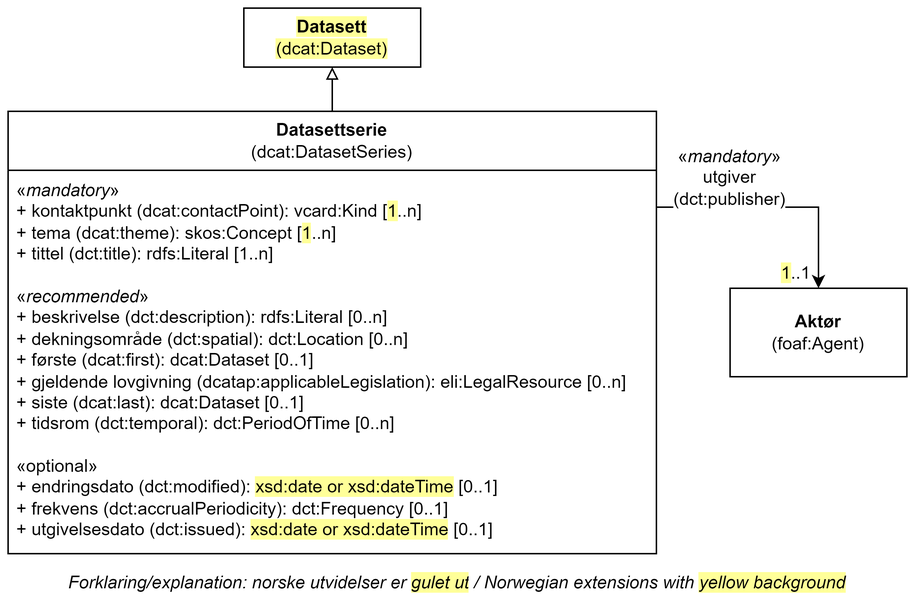
This is docs/images/Klassen-Datasettserie.png from Informasjonsforvaltning/dcat-ap-no, a draw.io export, as it was before one commit. Source tidied: cells renumbered, new cells last; positions are measured from the earlier drawing's top-left corner, leaving out a move shared by most shapes.
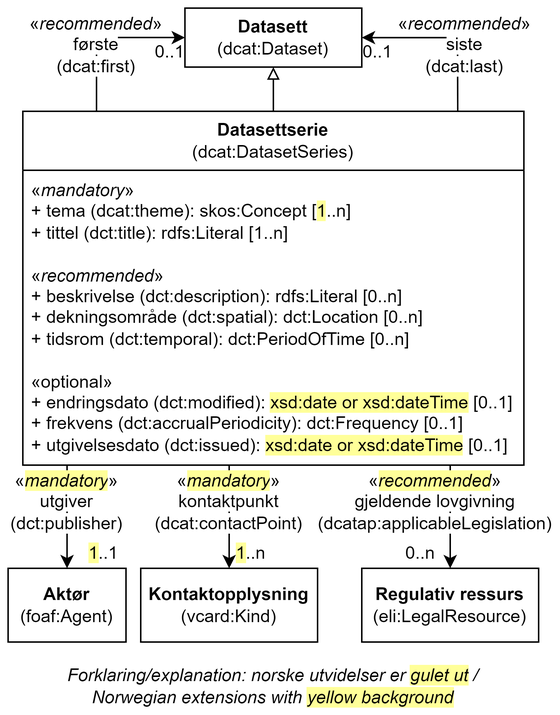
Above is the later version.

Commit message:
Oppdaterer Datasettserie

Change to the diagram source:
```diff
@@ -3,38 +3,88 @@
     <mxCell id="0" />
     <mxCell id="1" parent="0" />
     <mxCell id="2" value="Datasettserie&lt;br&gt;&lt;span style=&quot;font-weight: normal;&quot;&gt;(dcat:DatasetSeries)&lt;/span&gt;" style="swimlane;whiteSpace=wrap;html=1;startSize=40;" parent="1" vertex="1">
-      <mxGeometry y="70" width="440" height="300" as="geometry" />
+      <mxGeometry x="20" y="70" width="340" height="240" as="geometry" />
     </mxCell>
-    <mxCell id="3" value="«&lt;i&gt;mandatory&lt;/i&gt;»&lt;br&gt;+ kontaktpunkt (dcat:contactPoint): vcard:Kind [&lt;span style=&quot;background-color: rgb(255, 255, 153);&quot;&gt;1&lt;/span&gt;..n]&lt;br&gt;+ tema (dcat:theme): skos:Concept [&lt;span style=&quot;background-color: rgb(255, 255, 153);&quot;&gt;1&lt;/span&gt;..n]&lt;br&gt;+ tittel (dct:title): rdfs:Literal [1..n]&lt;br&gt;&lt;br&gt;&lt;div&gt;«&lt;i&gt;recommended&lt;/i&gt;»&lt;/div&gt;&lt;div&gt;+ beskrivelse (dct:description): rdfs:Literal [0..n]&lt;/div&gt;&lt;div&gt;+ dekningsområde (dct:spatial): dct:Location [0..n]&lt;/div&gt;&lt;div&gt;+ første (dcat:first): dcat:Dataset [0..1]&lt;/div&gt;&lt;div&gt;+ gjeldende lovgivning (dcatap:applicableLegislation): eli:LegalResource [0..n]&lt;/div&gt;&lt;div&gt;+ siste (dcat:last): dcat:Dataset [0..1]&lt;/div&gt;&lt;div&gt;+ tidsrom (dct:temporal): dct:PeriodOfTime [0..n]&lt;/div&gt;&lt;div&gt;&lt;br&gt;&lt;/div&gt;&lt;div&gt;&lt;div&gt;«optional»&lt;/div&gt;&lt;div&gt;+ endringsdato (dct:modified): &lt;span style=&quot;background-color: rgb(255, 255, 153);&quot;&gt;xsd:date or xsd:dateTime&lt;/span&gt; [0..1]&lt;/div&gt;&lt;div&gt;+ frekvens (dct:accrualPeriodicity): dct:Frequency [0..1]&lt;/div&gt;&lt;div&gt;+ utgivelsesdato (dct:issued): &lt;span style=&quot;background-color: rgb(255, 255, 153);&quot;&gt;xsd:date or xsd:dateTime&lt;/span&gt; [0..1]&lt;/div&gt;&lt;/div&gt;" style="text;strokeColor=none;fillColor=none;align=left;verticalAlign=top;spacingLeft=4;spacingRight=4;overflow=hidden;whiteSpace=wrap;html=1;" parent="2" vertex="1">
-      <mxGeometry y="40" width="430" height="260" as="geometry" />
+    <mxCell id="3" value="«&lt;i&gt;mandatory&lt;/i&gt;»&lt;br&gt;+ tema (dcat:theme): skos:Concept [&lt;span style=&quot;background-color: rgb(255, 255, 153);&quot;&gt;1&lt;/span&gt;..n]&lt;br&gt;+ tittel (dct:title): rdfs:Literal [1..n]&lt;br&gt;&lt;br&gt;&lt;div&gt;«&lt;i&gt;recommended&lt;/i&gt;»&lt;/div&gt;&lt;div&gt;+ beskrivelse (dct:description): rdfs:Literal [0..n]&lt;/div&gt;&lt;div&gt;+ dekningsområde (dct:spatial): dct:Location [0..n]&lt;/div&gt;&lt;div&gt;&lt;span style=&quot;background-color: initial;&quot;&gt;+ tidsrom (dct:temporal): dct:PeriodOfTime [0..n]&lt;/span&gt;&lt;br&gt;&lt;/div&gt;&lt;div&gt;&lt;br&gt;&lt;/div&gt;&lt;div&gt;&lt;div&gt;«optional»&lt;/div&gt;&lt;div&gt;+ endringsdato (dct:modified): &lt;span style=&quot;background-color: rgb(255, 255, 153);&quot;&gt;xsd:date or xsd:dateTime&lt;/span&gt; [0..1]&lt;/div&gt;&lt;div&gt;+ frekvens (dct:accrualPeriodicity): dct:Frequency [0..1]&lt;/div&gt;&lt;div&gt;+ utgivelsesdato (dct:issued): &lt;span style=&quot;background-color: rgb(255, 255, 153);&quot;&gt;xsd:date or xsd:dateTime&lt;/span&gt; [0..1]&lt;/div&gt;&lt;/div&gt;" style="text;strokeColor=none;fillColor=none;align=left;verticalAlign=top;spacingLeft=4;spacingRight=4;overflow=hidden;whiteSpace=wrap;html=1;" parent="2" vertex="1">
+      <mxGeometry y="40" width="340" height="210" as="geometry" />
     </mxCell>
     <mxCell id="4" value="&lt;b&gt;Aktør&lt;/b&gt;&lt;br&gt;(foaf:Agent)" style="rounded=0;whiteSpace=wrap;html=1;" parent="1" vertex="1">
-      <mxGeometry x="490" y="190" width="120" height="60" as="geometry" />
+      <mxGeometry x="10" y="380" width="80" height="50" as="geometry" />
     </mxCell>
     <mxCell id="5" style="endArrow=classic;html=1;rounded=0;entryX=0.5;entryY=0;entryDx=0;entryDy=0;" parent="1" edge="1" target="4">
       <mxGeometry relative="1" as="geometry">
-        <mxPoint x="440" y="135" as="sourcePoint" />
-        <Array as="points">
-          <mxPoint x="550" y="135" />
-        </Array>
+        <mxPoint x="50" y="310" as="sourcePoint" />
       </mxGeometry>
     </mxCell>
-    <mxCell id="6" value="&lt;span style=&quot;background-color: rgb(255, 255, 255);&quot;&gt;«&lt;i style=&quot;border-color: var(--border-color); text-align: left;&quot;&gt;mandatory&lt;/i&gt;&lt;span style=&quot;text-align: left;&quot;&gt;»&lt;br&gt;&lt;/span&gt;utgiver (dct:publisher)&lt;/span&gt;" style="text;html=1;strokeColor=none;fillColor=none;align=center;verticalAlign=middle;whiteSpace=wrap;rounded=0;" parent="1" vertex="1">
-      <mxGeometry x="460" y="100" width="60" height="30" as="geometry" />
+    <mxCell id="6" value="&lt;span style=&quot;background-color: rgb(255, 255, 255);&quot;&gt;«&lt;/span&gt;&lt;i style=&quot;border-color: var(--border-color); text-align: left; background-color: rgb(255, 255, 153);&quot;&gt;mandatory&lt;/i&gt;&lt;span style=&quot;background-color: rgb(255, 255, 255); text-align: left;&quot;&gt;»&lt;br&gt;&lt;/span&gt;&lt;span style=&quot;background-color: rgb(255, 255, 255);&quot;&gt;utgiver (dct:publisher)&lt;/span&gt;" style="text;html=1;strokeColor=none;fillColor=none;align=center;verticalAlign=middle;whiteSpace=wrap;rounded=0;" parent="1" vertex="1">
+      <mxGeometry x="20" y="320" width="60" height="30" as="geometry" />
     </mxCell>
     <mxCell id="7" value="&lt;span style=&quot;background-color: rgb(255, 255, 153);&quot;&gt;1&lt;/span&gt;..1" style="text;html=1;strokeColor=none;fillColor=none;align=center;verticalAlign=middle;whiteSpace=wrap;rounded=0;" parent="1" vertex="1">
-      <mxGeometry x="520" y="170" width="30" height="20" as="geometry" />
+      <mxGeometry x="60" y="360" width="30" height="20" as="geometry" />
     </mxCell>
-    <mxCell id="8" style="edgeStyle=orthogonalEdgeStyle;rounded=0;jettySize=auto;html=1;exitX=0.5;exitY=0;exitDx=0;exitDy=0;endArrow=block;endFill=0;" parent="1" edge="1" target="9">
-      <mxGeometry relative="1" as="geometry">
-        <mxPoint x="220" y="70" as="sourcePoint" />
-      </mxGeometry>
-    </mxCell>
-    <mxCell id="9" value="&lt;span style=&quot;background-color: rgb(255, 255, 153);&quot;&gt;&lt;b&gt;Datasett&lt;br&gt;&lt;/b&gt;(dcat:Dataset)&lt;/span&gt;" style="rounded=0;whiteSpace=wrap;html=1;" parent="1" vertex="1">
-      <mxGeometry x="160" width="120" height="40" as="geometry" />
+    <mxCell id="9" value="&lt;span style=&quot;background-color: rgb(255, 255, 255);&quot;&gt;&lt;b style=&quot;&quot;&gt;Datasett&lt;br&gt;&lt;/b&gt;(dcat:Dataset)&lt;/span&gt;" style="rounded=0;whiteSpace=wrap;html=1;" parent="1" vertex="1">
+      <mxGeometry x="130" width="120" height="40" as="geometry" />
     </mxCell>
-    <mxCell id="10" value="Forklaring/explanation: norske utvidelser er&amp;nbsp;&lt;span style=&quot;background-color: rgb(255, 255, 153);&quot;&gt;gulet ut&lt;/span&gt;&lt;span style=&quot;background-color: rgb(255 , 255 , 255)&quot;&gt;&amp;nbsp;/&amp;nbsp;Norwegian extensions with &lt;/span&gt;&lt;span style=&quot;background-color: rgb(255, 255, 153);&quot;&gt;yellow background&lt;/span&gt;" style="text;html=1;strokeColor=none;fillColor=none;align=center;verticalAlign=middle;whiteSpace=wrap;rounded=0;fontStyle=2;" parent="1" vertex="1">
-      <mxGeometry y="380" width="610" height="20" as="geometry" />
+    <mxCell id="10" value="Forklaring/explanation: norske utvidelser er&amp;nbsp;&lt;span style=&quot;background-color: rgb(255, 255, 153);&quot;&gt;gulet ut&lt;/span&gt;&lt;span style=&quot;background-color: rgb(255 , 255 , 255)&quot;&gt;&amp;nbsp;/&lt;/span&gt;&lt;div&gt;&lt;span style=&quot;background-color: rgb(255 , 255 , 255)&quot;&gt;Norwegian extensions with &lt;/span&gt;&lt;span style=&quot;background-color: rgb(255, 255, 153);&quot;&gt;yellow background&lt;/span&gt;&lt;/div&gt;" style="text;html=1;strokeColor=none;fillColor=none;align=center;verticalAlign=middle;whiteSpace=wrap;rounded=0;fontStyle=2;" parent="1" vertex="1">
+      <mxGeometry x="10" y="450" width="360" height="20" as="geometry" />
     </mxCell>
+    <mxCell id="11" value="&lt;b&gt;Kontaktopplysning&lt;/b&gt;&lt;br&gt;(vcard:Kind)" style="html=1;whiteSpace=wrap;" parent="1" vertex="1">
+      <mxGeometry x="100" y="380" width="120" height="50" as="geometry" />
+    </mxCell>
+    <mxCell id="12" style="endArrow=classic;html=1;rounded=0;entryX=0.5;entryY=0;entryDx=0;entryDy=0;" parent="1" edge="1" target="11">
+      <mxGeometry relative="1" as="geometry">
+        <mxPoint x="160" y="310" as="sourcePoint" />
+      </mxGeometry>
+    </mxCell>
+    <mxCell id="13" value="&lt;span style=&quot;background-color: rgb(255, 255, 153);&quot;&gt;1&lt;/span&gt;..n" style="text;html=1;strokeColor=none;fillColor=none;align=center;verticalAlign=middle;whiteSpace=wrap;rounded=0;" parent="1" vertex="1">
+      <mxGeometry x="160" y="360" width="30" height="20" as="geometry" />
+    </mxCell>
+    <mxCell id="14" value="&lt;span style=&quot;background-color: rgb(255, 255, 255);&quot;&gt;«&lt;/span&gt;&lt;i style=&quot;border-color: var(--border-color); text-align: left; background-color: rgb(255, 255, 153);&quot;&gt;mandatory&lt;/i&gt;&lt;span style=&quot;background-color: rgb(255, 255, 255); text-align: left;&quot;&gt;»&lt;br&gt;&lt;/span&gt;&lt;span style=&quot;background-color: rgb(255, 255, 255);&quot;&gt;kontaktpunkt&lt;/span&gt;&lt;br&gt;&lt;span style=&quot;background-color: rgb(255, 255, 255);&quot;&gt;(dcat:contactPoint)&lt;/span&gt;" style="text;html=1;strokeColor=none;fillColor=none;align=center;verticalAlign=middle;whiteSpace=wrap;rounded=0;" parent="1" vertex="1">
+      <mxGeometry x="130" y="320" width="60" height="30" as="geometry" />
+    </mxCell>
+    <mxCell id="15" value="&lt;b&gt;Regulativ ressurs&lt;/b&gt;&lt;br&gt;(eli:LegalResource)" style="html=1;whiteSpace=wrap;" parent="1" vertex="1">
+      <mxGeometry x="250" y="380" width="120" height="50" as="geometry" />
+    </mxCell>
+    <mxCell id="16" value="0..n" style="text;html=1;strokeColor=none;fillColor=none;align=center;verticalAlign=middle;whiteSpace=wrap;rounded=0;" parent="1" vertex="1">
+      <mxGeometry x="276" y="360" width="28" height="20" as="geometry" />
+    </mxCell>
+    <mxCell id="17" style="endArrow=classic;html=1;rounded=0;" parent="1" edge="1" target="15">
+      <mxGeometry relative="1" as="geometry">
+        <mxPoint x="310" y="310" as="sourcePoint" />
+      </mxGeometry>
+    </mxCell>
+    <mxCell id="18" value="«&lt;i style=&quot;background-color: rgb(255, 255, 153);&quot;&gt;recommended&lt;/i&gt;»&lt;br&gt;&lt;span style=&quot;background-color: rgb(255, 255, 255);&quot;&gt;gjeldende lovgivning&lt;br&gt;(dcatap:applicableLegislation)&lt;/span&gt;" style="text;html=1;align=center;verticalAlign=middle;whiteSpace=wrap;rounded=0;" parent="1" vertex="1">
+      <mxGeometry x="260" y="320" width="80" height="30" as="geometry" />
+    </mxCell>
+    <mxCell id="19" style="endArrow=block;html=1;rounded=0;exitX=0.5;exitY=0;exitDx=0;exitDy=0;entryX=0.5;entryY=1;entryDx=0;entryDy=0;endFill=0;" parent="1" edge="1" source="2" target="9">
+      <mxGeometry relative="1" as="geometry" />
+    </mxCell>
+    <mxCell id="20" style="endArrow=classic;html=1;rounded=0;entryX=0;entryY=0.5;entryDx=0;entryDy=0;" parent="1" edge="1" target="9">
+      <mxGeometry relative="1" as="geometry">
+        <mxPoint x="70" y="70" as="sourcePoint" />
+        <Array as="points">
+          <mxPoint x="70" y="20" />
+        </Array>
+      </mxGeometry>
+    </mxCell>
+    <mxCell id="21" style="endArrow=classic;html=1;rounded=0;exitX=0.868;exitY=0;exitDx=0;exitDy=0;entryX=1;entryY=0.5;entryDx=0;entryDy=0;exitPerimeter=0;" parent="1" edge="1" source="2" target="9">
+      <mxGeometry relative="1" as="geometry">
+        <Array as="points">
+          <mxPoint x="315" y="20" />
+        </Array>
+      </mxGeometry>
+    </mxCell>
+    <mxCell id="22" value="&lt;span style=&quot;background-color: rgb(255, 255, 255);&quot;&gt;&lt;span style=&quot;color: rgb(0, 0, 0); font-family: Helvetica; font-size: 12px; font-style: normal; font-variant-ligatures: normal; font-variant-caps: normal; font-weight: 400; letter-spacing: normal; orphans: 2; text-align: left; text-indent: 0px; text-transform: none; widows: 2; word-spacing: 0px; -webkit-text-stroke-width: 0px; white-space: normal; text-decoration-thickness: initial; text-decoration-style: initial; text-decoration-color: initial; float: none; display: inline !important;&quot;&gt;«&lt;/span&gt;&lt;i style=&quot;forced-color-adjust: none; color: rgb(0, 0, 0); font-family: Helvetica; font-size: 12px; font-variant-ligatures: normal; font-variant-caps: normal; font-weight: 400; letter-spacing: normal; orphans: 2; text-align: left; text-indent: 0px; text-transform: none; widows: 2; word-spacing: 0px; -webkit-text-stroke-width: 0px; white-space: normal; text-decoration-thickness: initial; text-decoration-style: initial; text-decoration-color: initial;&quot;&gt;recommended&lt;/i&gt;&lt;span style=&quot;color: rgb(0, 0, 0); font-family: Helvetica; font-size: 12px; font-style: normal; font-variant-ligatures: normal; font-variant-caps: normal; font-weight: 400; letter-spacing: normal; orphans: 2; text-align: left; text-indent: 0px; text-transform: none; widows: 2; word-spacing: 0px; -webkit-text-stroke-width: 0px; white-space: normal; text-decoration-thickness: initial; text-decoration-style: initial; text-decoration-color: initial; float: none; display: inline !important;&quot;&gt;»&lt;/span&gt;&lt;br&gt;&lt;span style=&quot;text-align: left;&quot;&gt;første&lt;/span&gt;&lt;/span&gt;&lt;div&gt;&lt;span style=&quot;text-align: left; background-color: rgb(255, 255, 255);&quot;&gt;(dcat:first)&lt;/span&gt;&lt;/div&gt;" style="text;html=1;align=center;verticalAlign=middle;whiteSpace=wrap;rounded=0;" parent="1" vertex="1">
+      <mxGeometry x="40" y="10" width="60" height="30" as="geometry" />
+    </mxCell>
+    <mxCell id="23" value="&lt;span style=&quot;background-color: rgb(255, 255, 255);&quot;&gt;&lt;span style=&quot;color: rgb(0, 0, 0); font-family: Helvetica; font-size: 12px; font-style: normal; font-variant-ligatures: normal; font-variant-caps: normal; font-weight: 400; letter-spacing: normal; orphans: 2; text-align: left; text-indent: 0px; text-transform: none; widows: 2; word-spacing: 0px; -webkit-text-stroke-width: 0px; white-space: normal; text-decoration-thickness: initial; text-decoration-style: initial; text-decoration-color: initial; float: none; display: inline !important;&quot;&gt;«&lt;/span&gt;&lt;i style=&quot;forced-color-adjust: none; color: rgb(0, 0, 0); font-family: Helvetica; font-size: 12px; font-variant-ligatures: normal; font-variant-caps: normal; font-weight: 400; letter-spacing: normal; orphans: 2; text-align: left; text-indent: 0px; text-transform: none; widows: 2; word-spacing: 0px; -webkit-text-stroke-width: 0px; white-space: normal; text-decoration-thickness: initial; text-decoration-style: initial; text-decoration-color: initial;&quot;&gt;recommended&lt;/i&gt;&lt;span style=&quot;color: rgb(0, 0, 0); font-family: Helvetica; font-size: 12px; font-style: normal; font-variant-ligatures: normal; font-variant-caps: normal; font-weight: 400; letter-spacing: normal; orphans: 2; text-align: left; text-indent: 0px; text-transform: none; widows: 2; word-spacing: 0px; -webkit-text-stroke-width: 0px; white-space: normal; text-decoration-thickness: initial; text-decoration-style: initial; text-decoration-color: initial; float: none; display: inline !important;&quot;&gt;»&lt;/span&gt;&lt;br&gt;&lt;span style=&quot;text-align: left;&quot;&gt;siste&lt;/span&gt;&lt;/span&gt;&lt;div&gt;&lt;span style=&quot;text-align: left; background-color: rgb(255, 255, 255);&quot;&gt;(dcat:last)&lt;/span&gt;&lt;/div&gt;" style="text;html=1;align=center;verticalAlign=middle;whiteSpace=wrap;rounded=0;" parent="1" vertex="1">
+      <mxGeometry x="290" y="10" width="60" height="30" as="geometry" />
+    </mxCell>
+    <mxCell id="24" value="0..1" style="text;html=1;align=center;verticalAlign=middle;whiteSpace=wrap;rounded=0;" parent="1" vertex="1">
+      <mxGeometry x="110" y="20" width="20" height="20" as="geometry" />
+    </mxCell>
+    <mxCell id="25" value="0..1" style="text;html=1;align=center;verticalAlign=middle;whiteSpace=wrap;rounded=0;" parent="1" vertex="1">
+      <mxGeometry x="246" y="20" width="30" height="20" as="geometry" />
+    </mxCell>
   </root>
 </mxGraphModel>
```
